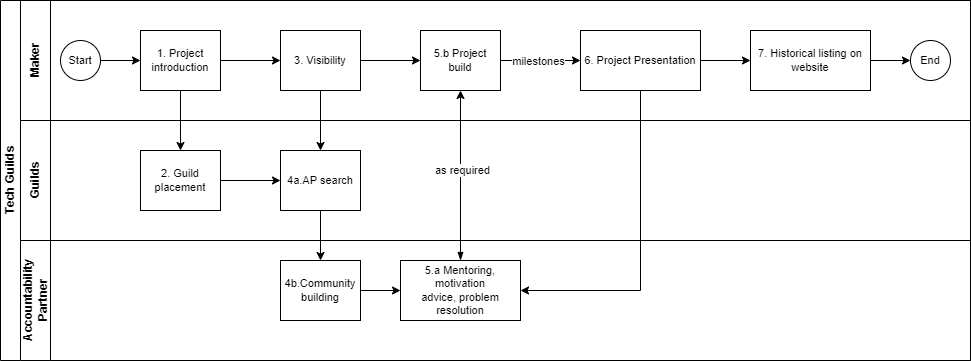
Earlier version of the draw.io export docs/Coding Guild process.drawio.png (mhavill/Melbourne-tech-guilds). Source tidied: cells renumbered, new cells last; positions are measured from the earlier drawing's top-left corner, leaving out a move shared by most shapes.
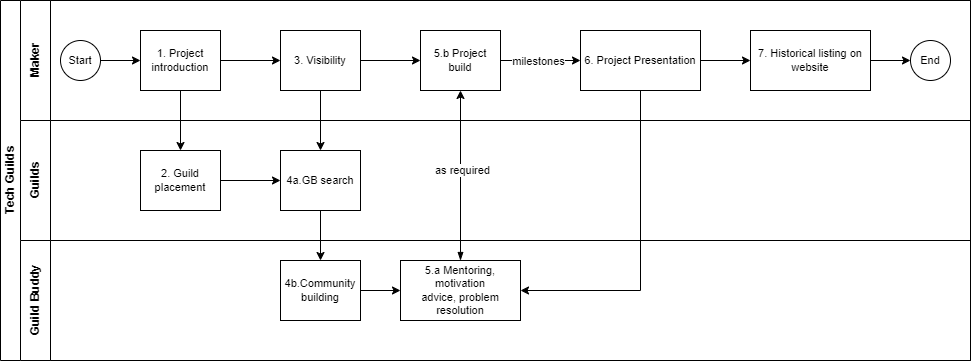
The same diagram one commit later.

Commit message:
Coding Guild Process changes - AP replaced w GB

Change to the diagram source:
```diff
@@ -59,10 +59,10 @@
     <mxCell id="20" value="&lt;span id=&quot;docs-internal-guid-3a85994f-7fff-e263-a66d-2a5dbfce0957&quot;&gt;&lt;span style=&quot;background-color: transparent; font-variant-numeric: normal; font-variant-east-asian: normal; font-variant-alternates: normal; font-variant-position: normal; vertical-align: baseline; white-space-collapse: preserve;&quot;&gt;2. Guild placement&lt;/span&gt;&lt;/span&gt;" style="rounded=0;whiteSpace=wrap;html=1;fontFamily=Helvetica;fontSize=11;fontColor=#000000;align=center;" parent="18" vertex="1">
       <mxGeometry x="120" y="30" width="80" height="60" as="geometry" />
     </mxCell>
-    <mxCell id="21" value="4a.AP search" style="rounded=0;whiteSpace=wrap;html=1;fontColor=#000000;fontFamily=Helvetica;fontSize=11;" parent="18" vertex="1">
+    <mxCell id="21" value="4a.GB search" style="rounded=0;whiteSpace=wrap;html=1;fontColor=#000000;fontFamily=Helvetica;fontSize=11;" parent="18" vertex="1">
       <mxGeometry x="260" y="30" width="80" height="60" as="geometry" />
     </mxCell>
-    <mxCell id="22" value="Accountability&lt;div&gt;Partner&lt;/div&gt;" style="swimlane;html=1;startSize=30;horizontal=0;fontFamily=Helvetica;" parent="2" vertex="1">
+    <mxCell id="22" value="Guild Buddy" style="swimlane;html=1;startSize=30;horizontal=0;fontFamily=Helvetica;" parent="2" vertex="1">
       <mxGeometry x="20" y="240" width="950" height="120" as="geometry" />
     </mxCell>
     <mxCell id="23" style="edgeStyle=orthogonalEdgeStyle;rounded=0;jettySize=auto;html=1;fontFamily=Helvetica;fontSize=11;" parent="22" edge="1" source="24" target="25">
```
